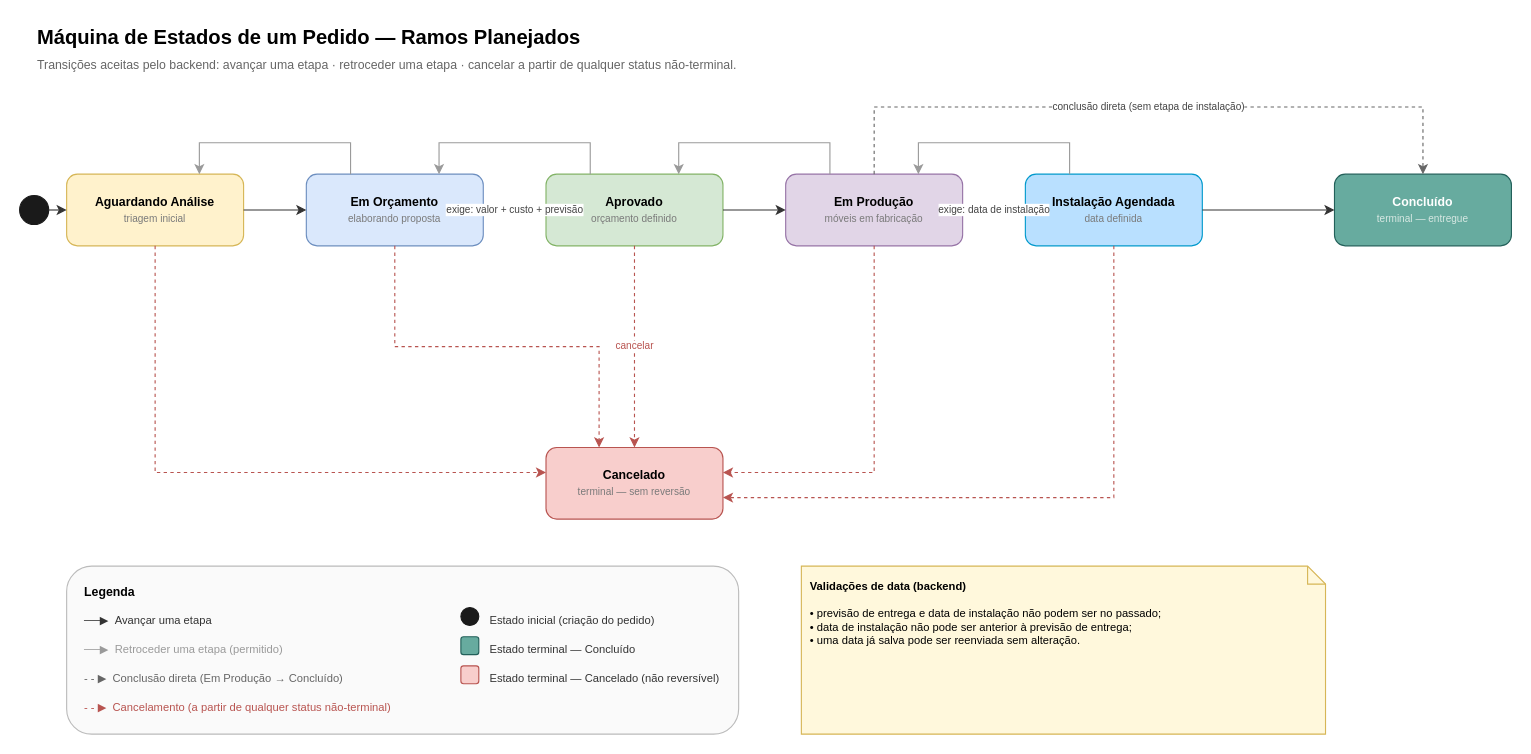
The draw.io diagram docs/fluxo-status.drawio in jgabrielflores/marcenaria-api, before the edit. Source tidied: cells renumbered, new cells numbered last; positions are measured from the earlier drawing's top-left corner, leaving out a move shared by most shapes. Both pictures are drawn from the tidied source at 112%, with x=0, y=0 at pixel (19, 19).
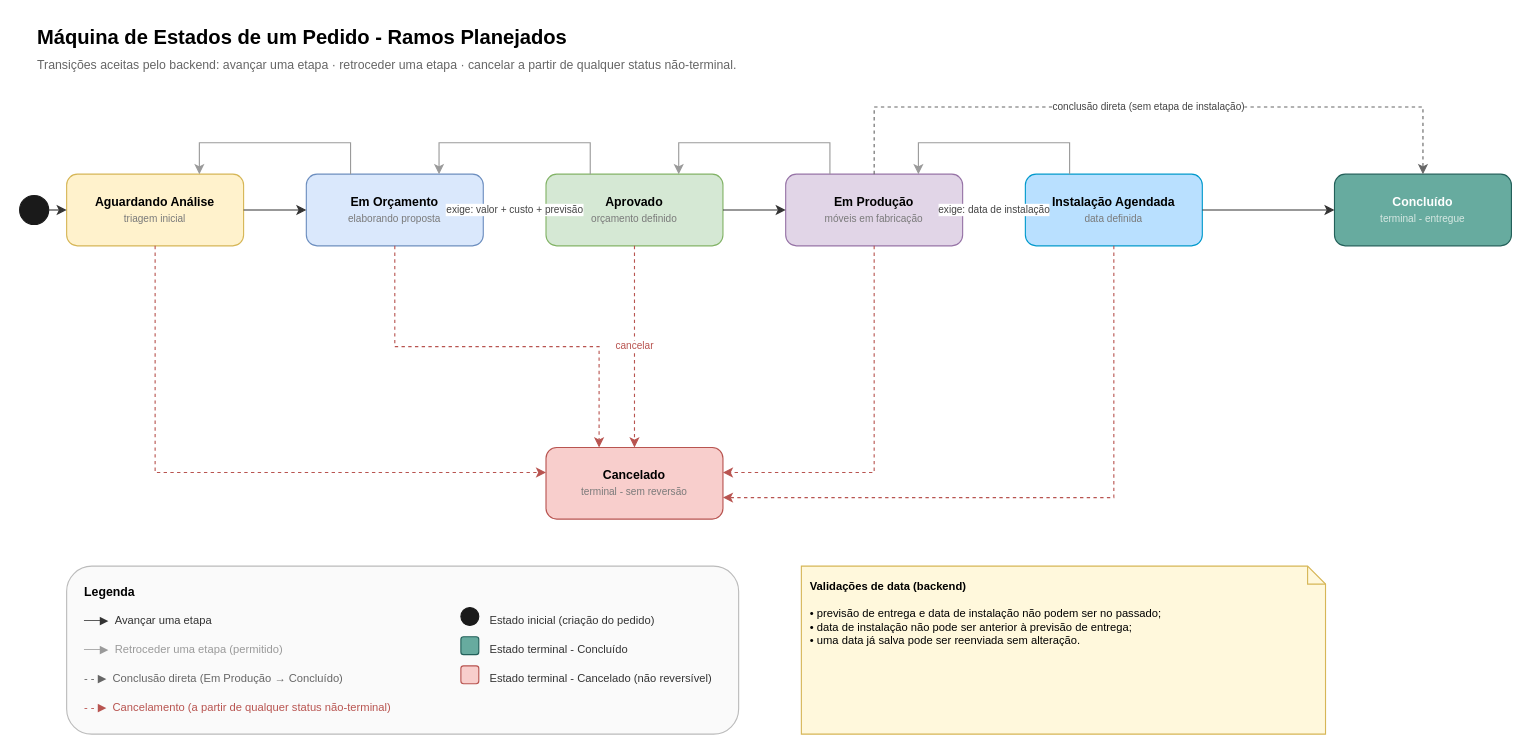
Above is the later version.

Change to the diagram source:
```diff
@@
-    <mxCell id="2" value="Máquina de Estados de um Pedido — Ramos Planejados" style="text;html=1;strokeColor=none;fillColor=none;align=left;verticalAlign=middle;fontSize=18;fontStyle=1;" parent="1" vertex="1">
+    <mxCell id="2" value="Máquina de Estados de um Pedido - Ramos Planejados" style="text;html=1;strokeColor=none;fillColor=none;align=left;verticalAlign=middle;fontSize=18;fontStyle=1;" parent="1" vertex="1">
       <mxGeometry x="14" width="640" height="32" as="geometry" />
     </mxCell>
@@
-    <mxCell id="10" value="&lt;b&gt;Concluído&lt;/b&gt;&lt;br&gt;&lt;span style='font-size:9px;color:#d7e8e3'&gt;terminal — entregue&lt;/span&gt;" style="rounded=1;whiteSpace=wrap;html=1;fillColor=#67ab9f;strokeColor=#23605a;fontColor=#ffffff;fontSize=11;verticalAlign=middle;" parent="1" vertex="1">
+    <mxCell id="10" value="&lt;b&gt;Concluído&lt;/b&gt;&lt;br&gt;&lt;span style='font-size:9px;color:#d7e8e3'&gt;terminal - entregue&lt;/span&gt;" style="rounded=1;whiteSpace=wrap;html=1;fillColor=#67ab9f;strokeColor=#23605a;fontColor=#ffffff;fontSize=11;verticalAlign=middle;" parent="1" vertex="1">
       <mxGeometry x="1174" y="138" width="158" height="64" as="geometry" />
     </mxCell>
-    <mxCell id="11" value="&lt;b&gt;Cancelado&lt;/b&gt;&lt;br&gt;&lt;span style='font-size:9px;color:#7a7a7a'&gt;terminal — sem reversão&lt;/span&gt;" style="rounded=1;whiteSpace=wrap;html=1;fillColor=#f8cecc;strokeColor=#b85450;fontSize=11;verticalAlign=middle;" parent="1" vertex="1">
+    <mxCell id="11" value="&lt;b&gt;Cancelado&lt;/b&gt;&lt;br&gt;&lt;span style='font-size:9px;color:#7a7a7a'&gt;terminal - sem reversão&lt;/span&gt;" style="rounded=1;whiteSpace=wrap;html=1;fillColor=#f8cecc;strokeColor=#b85450;fontSize=11;verticalAlign=middle;" parent="1" vertex="1">
       <mxGeometry x="470" y="382" width="158" height="64" as="geometry" />
     </mxCell>
@@
-    <mxCell id="37" value="Estado terminal — Concluído" style="text;html=1;strokeColor=none;fillColor=none;align=left;fontSize=10;fontColor=#333333;" parent="1" vertex="1">
+    <mxCell id="37" value="Estado terminal - Concluído" style="text;html=1;strokeColor=none;fillColor=none;align=left;fontSize=10;fontColor=#333333;" parent="1" vertex="1">
       <mxGeometry x="418" y="550" width="220" height="20" as="geometry" />
     </mxCell>
@@
-    <mxCell id="39" value="Estado terminal — Cancelado (não reversível)" style="text;html=1;strokeColor=none;fillColor=none;align=left;fontSize=10;fontColor=#333333;" parent="1" vertex="1">
+    <mxCell id="39" value="Estado terminal - Cancelado (não reversível)" style="text;html=1;strokeColor=none;fillColor=none;align=left;fontSize=10;fontColor=#333333;" parent="1" vertex="1">
       <mxGeometry x="418" y="576" width="260" height="20" as="geometry" />
     </mxCell>
```
